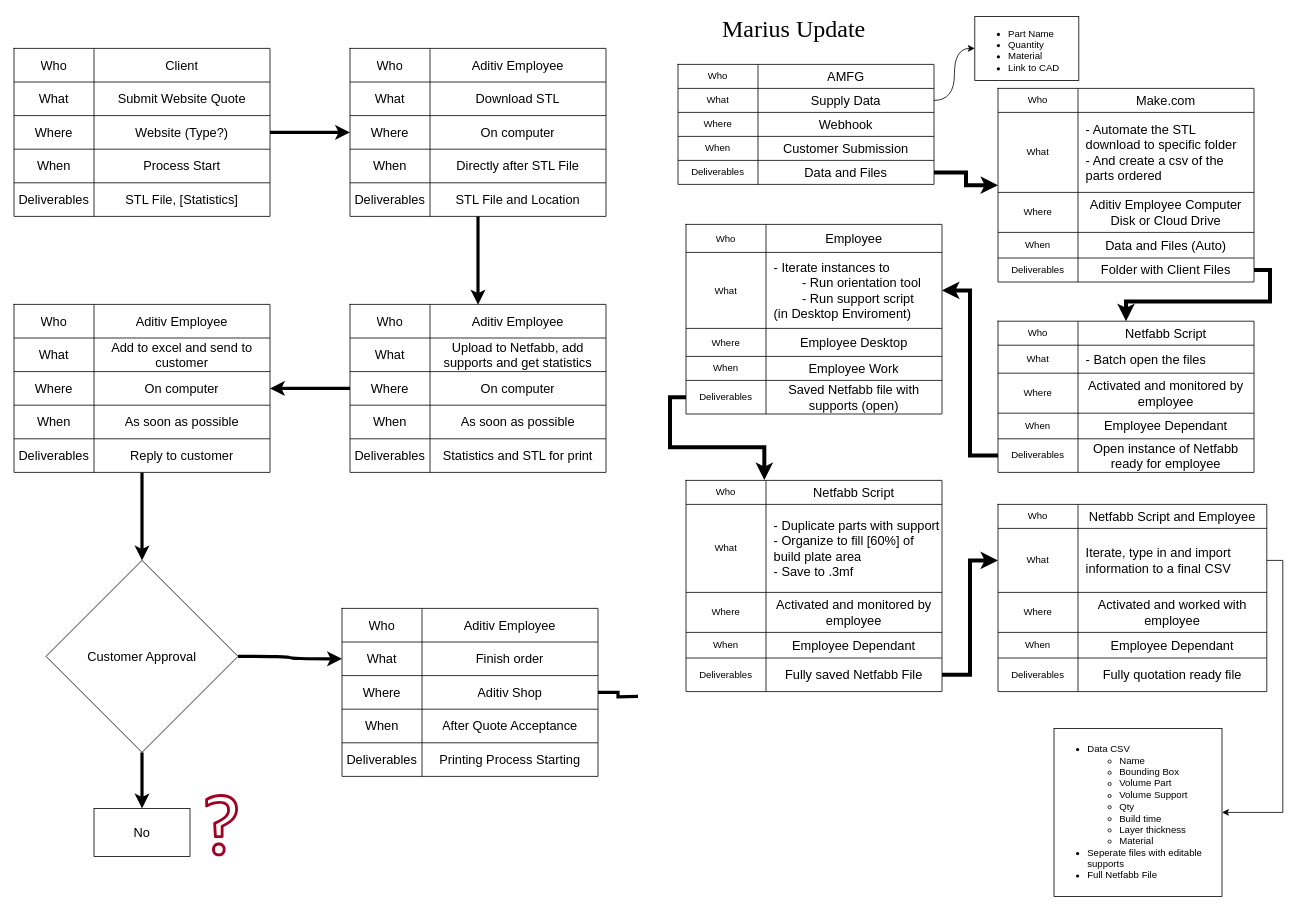
Earlier version of the draw.io diagram Other Files/Process Design.drawio (Maarten-Kruger/Aditiv_Netfabb_Scripts_MJ). Source tidied: cells renumbered, new cells numbered last; positions are measured from the earlier drawing's top-left corner, leaving out a move shared by most shapes. Both pictures are drawn from the tidied source at 80%, with x=0, y=0 at pixel (14, 16).
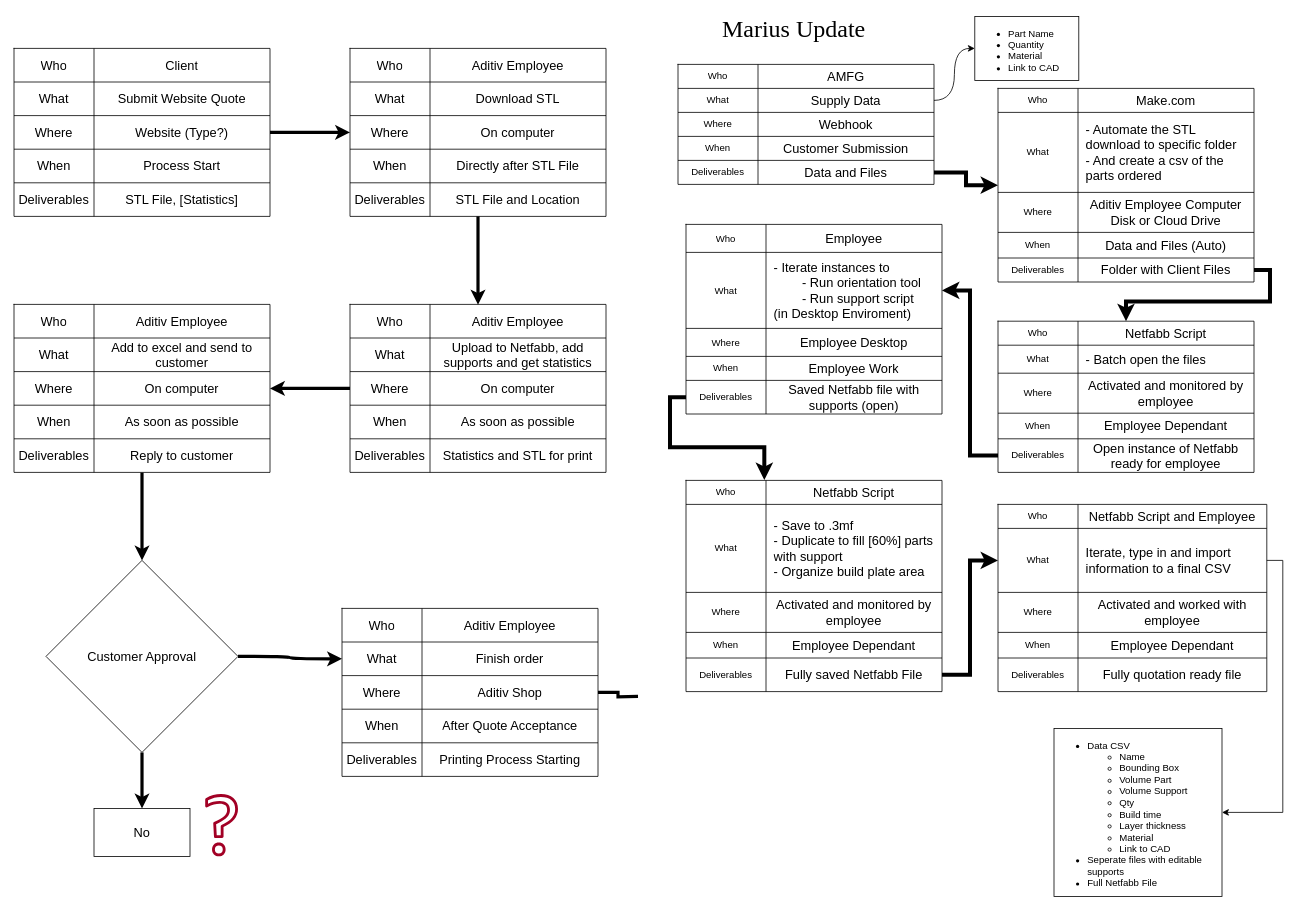
The same diagram, later.

The change refers to these unchanged cells:
```xml
<mxCell id="166" style="shape=tableRow;horizontal=0;startSize=0;swimlaneHead=0;swimlaneBody=0;strokeColor=inherit;top=0;left=0;bottom=0;right=0;fillColor=none;fontSize=16;" parent="162" vertex="1">
  <mxGeometry y="30" width="320" height="110" as="geometry" />
</mxCell>
```

The edit, as a diff of the source:
```diff
@@
-    <mxCell id="168" value="&lt;div&gt;&lt;span style=&quot;background-color: transparent; color: light-dark(rgb(0, 0, 0), rgb(255, 255, 255));&quot;&gt;- Duplicate parts with support&lt;/span&gt;&lt;/div&gt;&lt;div&gt;- Organize to fill [60%] of build plate area&lt;/div&gt;&lt;div&gt;- Save to .3mf&lt;/div&gt;" style="shape=partialRectangle;html=1;whiteSpace=wrap;strokeColor=inherit;overflow=hidden;fillColor=none;top=0;left=0;bottom=0;right=0;fontSize=16;align=left;spacingTop=0;spacingRight=0;spacingLeft=8;" parent="166" vertex="1">
+    <mxCell id="168" value="&lt;div&gt;- Save to .3mf&lt;span style=&quot;background-color: transparent; color: light-dark(rgb(0, 0, 0), rgb(255, 255, 255));&quot;&gt;&lt;/span&gt;&lt;/div&gt;&lt;div&gt;&lt;span style=&quot;background-color: transparent; color: light-dark(rgb(0, 0, 0), rgb(255, 255, 255));&quot;&gt;- Duplicate to fill [60%] parts with support&lt;/span&gt;&lt;/div&gt;&lt;div&gt;- Organize build plate area&lt;/div&gt;" style="shape=partialRectangle;html=1;whiteSpace=wrap;strokeColor=inherit;overflow=hidden;fillColor=none;top=0;left=0;bottom=0;right=0;fontSize=16;align=left;spacingTop=0;spacingRight=0;spacingLeft=8;" parent="166" vertex="1">
       <mxGeometry x="100" width="220" height="110" as="geometry" />
     </mxCell>
@@
-    <mxCell id="179" value="&lt;ul&gt;&lt;li&gt;Data CSV&lt;/li&gt;&lt;ul&gt;&lt;li&gt;Name&lt;/li&gt;&lt;li&gt;Bounding Box&lt;/li&gt;&lt;li&gt;Volume Part&lt;/li&gt;&lt;li&gt;Volume Support&lt;/li&gt;&lt;li&gt;Qty&lt;/li&gt;&lt;li&gt;Build time&lt;/li&gt;&lt;li&gt;Layer thickness&lt;/li&gt;&lt;li&gt;Material&lt;/li&gt;&lt;/ul&gt;&lt;li&gt;Seperate files with editable supports&lt;/li&gt;&lt;li&gt;Full Netfabb File&lt;/li&gt;&lt;/ul&gt;" style="text;strokeColor=default;fillColor=none;html=1;whiteSpace=wrap;verticalAlign=middle;overflow=hidden;" parent="1" vertex="1">
+    <mxCell id="179" value="&lt;ul&gt;&lt;li&gt;Data CSV&lt;/li&gt;&lt;ul&gt;&lt;li&gt;Name&lt;/li&gt;&lt;li&gt;Bounding Box&lt;/li&gt;&lt;li&gt;Volume Part&lt;/li&gt;&lt;li&gt;Volume Support&lt;/li&gt;&lt;li&gt;Qty&lt;/li&gt;&lt;li&gt;Build time&lt;/li&gt;&lt;li&gt;Layer thickness&lt;/li&gt;&lt;li&gt;Material&lt;/li&gt;&lt;li&gt;Link to CAD&lt;/li&gt;&lt;/ul&gt;&lt;li&gt;Seperate files with editable supports&lt;/li&gt;&lt;li&gt;Full Netfabb File&lt;/li&gt;&lt;/ul&gt;" style="text;strokeColor=default;fillColor=none;html=1;whiteSpace=wrap;verticalAlign=middle;overflow=hidden;" parent="1" vertex="1">
       <mxGeometry x="1300" y="890" width="210" height="210" as="geometry" />
     </mxCell>
```
